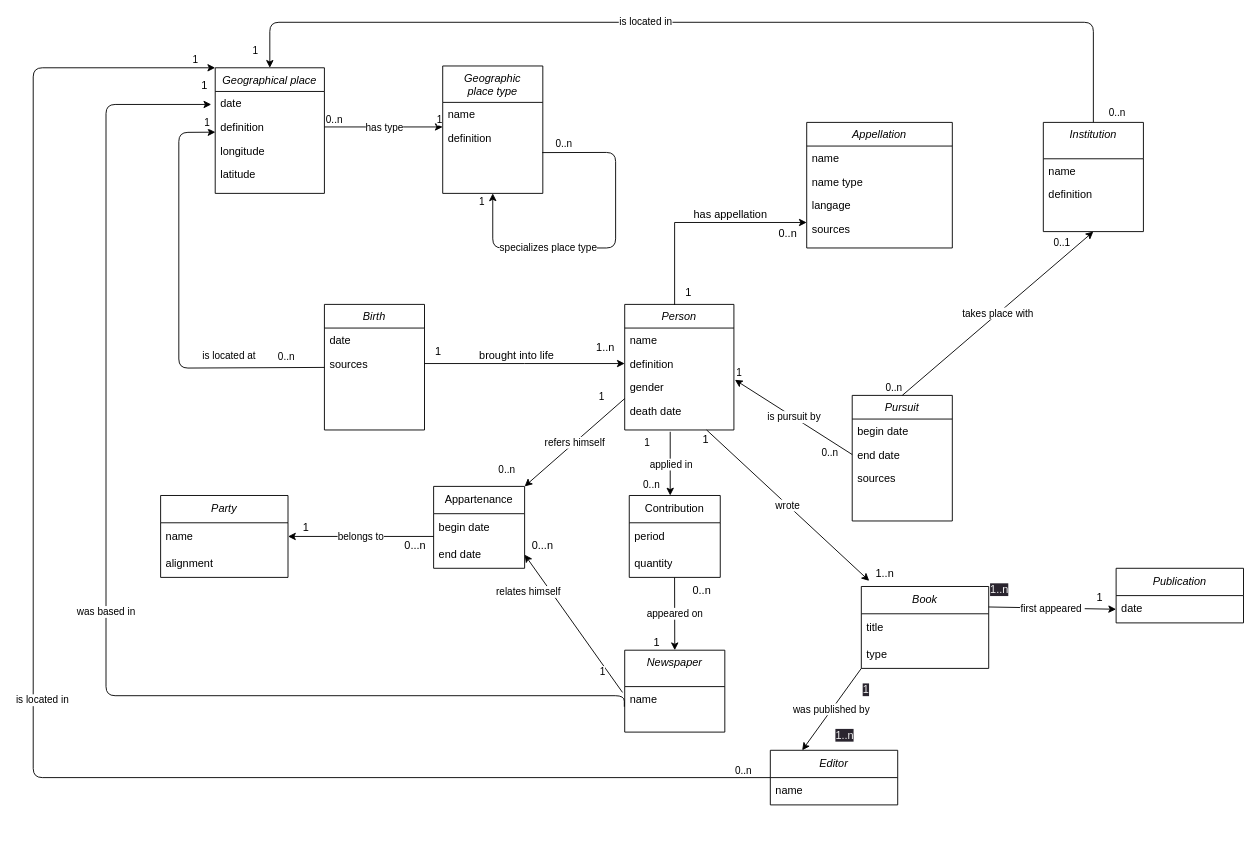
The draw.io diagram MCD_to_database_Siria.drawio in spanzerotto/italian_poets_XX, before the edit. Source tidied: cells renumbered, new cells numbered last; positions are measured from the earlier drawing's top-left corner, leaving out a move shared by most shapes. Both pictures are drawn from the tidied source at 91%, with x=0, y=0 at pixel (33, 22).
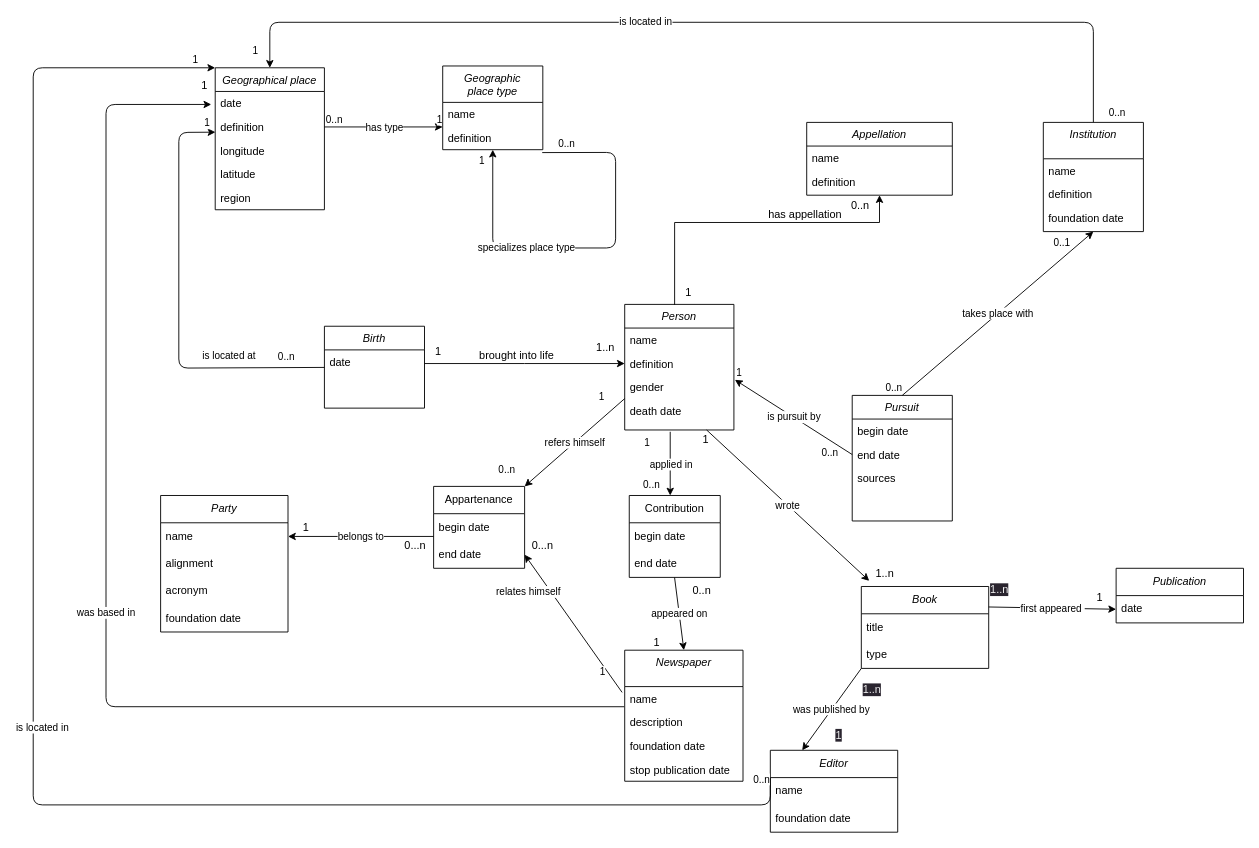
Above is the later version.

Unchanged cells that the change refers to:
```xml
<mxCell id="8" value="definition" style="text;align=left;verticalAlign=top;spacingLeft=4;spacingRight=4;overflow=hidden;points=[[0,0.5],[1,0.5]];portConstraint=eastwest;rounded=0;shadow=0;html=0;" parent="6" vertex="1">
  <mxGeometry y="52" width="120" height="26" as="geometry" />
</mxCell>
<mxCell id="26" value="definition" style="text;align=left;verticalAlign=top;spacingLeft=4;spacingRight=4;overflow=hidden;points=[[0,0.5],[1,0.5]];portConstraint=eastwest;rounded=0;shadow=0;html=0;" parent="24" vertex="1">
  <mxGeometry y="52" width="120" height="26" as="geometry" />
</mxCell>
<mxCell id="63" value="Institution" style="swimlane;fontStyle=2;align=center;verticalAlign=top;horizontal=1;startSize=40;rounded=0;shadow=0;strokeWidth=1;" parent="1" vertex="1">
  <mxGeometry x="1110" y="110" width="110" height="120" as="geometry" />
</mxCell>
<mxCell id="104" value="Contribution" style="swimlane;fontStyle=0;horizontal=1;startSize=30;whiteSpace=wrap;html=1;" parent="1" vertex="1">
  <mxGeometry x="655" y="520" width="100" height="90" as="geometry" />
</mxCell>
```

What changed in the source:
```diff
@@
-    <mxCell id="2" style="endArrow=classic;shadow=0;strokeWidth=1;rounded=0;endFill=1;edgeStyle=elbowEdgeStyle;elbow=vertical;exitX=1;exitY=0.5;exitDx=0;exitDy=0;entryX=0;entryY=0.5;entryDx=0;entryDy=0;" parent="1" edge="1" source="13" target="8">
+    <mxCell id="2" style="endArrow=classic;shadow=0;strokeWidth=1;rounded=0;endFill=1;edgeStyle=elbowEdgeStyle;elbow=vertical;exitX=1;exitY=0.5;exitDx=0;exitDy=0;entryX=0;entryY=0.5;entryDx=0;entryDy=0;" parent="1" edge="1" target="8">
       <mxGeometry x="0.5" y="41" relative="1" as="geometry">
+        <mxPoint x="430" y="375" as="sourcePoint" />
         <Array as="points">
           <mxPoint x="540" y="375" />
         </Array>
         <mxPoint x="-40" y="32" as="offset" />
       </mxGeometry>
     </mxCell>
@@
     <mxCell id="11" value="Birth" style="swimlane;fontStyle=2;align=center;verticalAlign=top;horizontal=1;startSize=26;rounded=0;shadow=0;strokeWidth=1;" parent="1" vertex="1">
-      <mxGeometry x="320" y="310" width="110" height="138" as="geometry" />
+      <mxGeometry x="320" y="334" width="110" height="90" as="geometry" />
     </mxCell>
@@
-    <mxCell id="13" value="sources" style="text;align=left;verticalAlign=top;spacingLeft=4;spacingRight=4;overflow=hidden;points=[[0,0.5],[1,0.5]];portConstraint=eastwest;rounded=0;shadow=0;html=0;" parent="11" vertex="1">
-      <mxGeometry y="52" width="110" height="26" as="geometry" />
-    </mxCell>
-    <mxCell id="14" style="edgeStyle=elbowEdgeStyle;rounded=0;orthogonalLoop=1;jettySize=auto;elbow=vertical;html=1;exitX=0;exitY=0.5;exitDx=0;exitDy=0;" parent="11" edge="1" source="13" target="13">
-      <mxGeometry relative="1" as="geometry" />
+    <mxCell id="14" style="edgeStyle=elbowEdgeStyle;rounded=0;orthogonalLoop=1;jettySize=auto;elbow=vertical;html=1;exitX=0;exitY=0.5;exitDx=0;exitDy=0;" parent="11" edge="1">
+      <mxGeometry relative="1" as="geometry">
+        <mxPoint y="65" as="sourcePoint" />
+        <mxPoint y="65.3" as="targetPoint" />
+      </mxGeometry>
     </mxCell>
     <mxCell id="15" value="Appellation" style="swimlane;fontStyle=2;align=center;verticalAlign=top;horizontal=1;startSize=26;rounded=0;shadow=0;strokeWidth=1;" parent="1" vertex="1">
-      <mxGeometry x="850" y="110" width="160" height="138" as="geometry" />
+      <mxGeometry x="850" y="110" width="160" height="80" as="geometry" />
     </mxCell>
@@
-    <mxCell id="17" value="name type" style="text;align=left;verticalAlign=top;spacingLeft=4;spacingRight=4;overflow=hidden;rounded=0;shadow=0;html=0;" parent="15" vertex="1">
-      <mxGeometry y="52" width="160" height="26" as="geometry" />
-    </mxCell>
-    <mxCell id="18" value="langage" style="text;align=left;verticalAlign=top;spacingLeft=4;spacingRight=4;overflow=hidden;" parent="15" vertex="1">
-      <mxGeometry y="78" width="160" height="26" as="geometry" />
+    <mxCell id="18" value="definition" style="text;align=left;verticalAlign=top;spacingLeft=4;spacingRight=4;overflow=hidden;" parent="15" vertex="1">
+      <mxGeometry y="52" width="160" height="26" as="geometry" />
     </mxCell>
-    <mxCell id="19" value="sources" style="text;align=left;verticalAlign=top;spacingLeft=4;spacingRight=4;overflow=hidden;" parent="15" vertex="1">
-      <mxGeometry y="104" width="160" height="26" as="geometry" />
-    </mxCell>
@@
     <mxCell id="24" value="Geographical place" style="swimlane;fontStyle=2;align=center;verticalAlign=top;horizontal=1;startSize=26;rounded=0;shadow=0;strokeWidth=1;" parent="1" vertex="1">
-      <mxGeometry x="200" y="50" width="120" height="138" as="geometry" />
+      <mxGeometry x="200" y="50" width="120" height="156" as="geometry" />
     </mxCell>
@@
+    <mxCell id="111" value="region" style="text;align=left;verticalAlign=top;spacingLeft=4;spacingRight=4;overflow=hidden;rounded=0;shadow=0;html=0;" parent="24" vertex="1">
+      <mxGeometry y="130" width="120" height="26" as="geometry" />
+    </mxCell>
@@
     <mxCell id="37" value="Newspaper" style="swimlane;fontStyle=2;align=center;verticalAlign=top;horizontal=1;startSize=40;rounded=0;shadow=0;strokeWidth=1;" parent="1" vertex="1">
-      <mxGeometry x="650" y="690" width="110" height="90" as="geometry" />
+      <mxGeometry x="650" y="690" width="130" height="144" as="geometry" />
     </mxCell>
     <mxCell id="38" value="name" style="text;align=left;verticalAlign=top;spacingLeft=4;spacingRight=4;overflow=hidden;points=[[0,0.5],[1,0.5]];portConstraint=eastwest;" parent="37" vertex="1">
-      <mxGeometry y="40" width="110" height="26" as="geometry" />
+      <mxGeometry y="40" width="130" height="26" as="geometry" />
     </mxCell>
+    <mxCell id="112" value="description" style="text;align=left;verticalAlign=top;spacingLeft=4;spacingRight=4;overflow=hidden;" parent="37" vertex="1">
+      <mxGeometry y="66" width="130" height="26" as="geometry" />
+    </mxCell>
+    <mxCell id="113" value="foundation date" style="text;align=left;verticalAlign=top;spacingLeft=4;spacingRight=4;overflow=hidden;" parent="37" vertex="1">
+      <mxGeometry y="92" width="130" height="26" as="geometry" />
+    </mxCell>
+    <mxCell id="114" value="stop publication date" style="text;align=left;verticalAlign=top;spacingLeft=4;spacingRight=4;overflow=hidden;" parent="37" vertex="1">
+      <mxGeometry y="118" width="130" height="26" as="geometry" />
+    </mxCell>
@@
     <mxCell id="52" value="Geographic&#10;place type" style="swimlane;fontStyle=2;align=center;verticalAlign=top;horizontal=1;startSize=40;rounded=0;shadow=0;strokeWidth=1;" parent="1" vertex="1">
-      <mxGeometry x="450" y="48" width="110" height="140" as="geometry" />
+      <mxGeometry x="450" y="48" width="110" height="92" as="geometry" />
     </mxCell>
@@
+    <mxCell id="115" value="foundation date" style="text;align=left;verticalAlign=top;spacingLeft=4;spacingRight=4;overflow=hidden;rounded=0;shadow=0;html=0;" parent="63" vertex="1">
+      <mxGeometry y="92" width="110" height="26" as="geometry" />
+    </mxCell>
@@
     <mxCell id="69" value="&lt;i&gt;Party&lt;/i&gt;" style="swimlane;fontStyle=0;horizontal=1;startSize=30;whiteSpace=wrap;html=1;" parent="1" vertex="1">
-      <mxGeometry x="140" y="520" width="140" height="90" as="geometry" />
+      <mxGeometry x="140" y="520" width="140" height="150" as="geometry" />
     </mxCell>
@@
+    <mxCell id="116" value="acronym" style="text;strokeColor=none;fillColor=none;align=left;verticalAlign=middle;spacingLeft=4;spacingRight=4;overflow=hidden;whiteSpace=wrap;html=1;" parent="69" vertex="1">
+      <mxGeometry y="90" width="140" height="30" as="geometry" />
+    </mxCell>
+    <mxCell id="117" value="foundation date" style="text;strokeColor=none;fillColor=none;align=left;verticalAlign=middle;spacingLeft=4;spacingRight=4;overflow=hidden;whiteSpace=wrap;html=1;" parent="69" vertex="1">
+      <mxGeometry y="120" width="140" height="30" as="geometry" />
+    </mxCell>
@@
     <mxCell id="77" value="was based in" style="endArrow=classic;html=1;edgeStyle=orthogonalEdgeStyle;exitX=-0.004;exitY=0.851;exitDx=0;exitDy=0;exitPerimeter=0;entryX=-0.036;entryY=-0.451;entryDx=0;entryDy=0;entryPerimeter=0;" parent="1" edge="1" source="38" target="26">
       <mxGeometry relative="1" as="geometry">
         <Array as="points">
-          <mxPoint x="650" y="740" />
-          <mxPoint x="80" y="740" />
+          <mxPoint x="80" y="752" />
           <mxPoint x="80" y="90" />
         </Array>
       </mxGeometry>
     </mxCell>
@@
     <mxCell id="86" value="&lt;i&gt;Editor&lt;/i&gt;" style="swimlane;fontStyle=0;horizontal=1;startSize=30;whiteSpace=wrap;html=1;" parent="1" vertex="1">
-      <mxGeometry x="810" y="800" width="140" height="60" as="geometry" />
+      <mxGeometry x="810" y="800" width="140" height="90" as="geometry" />
     </mxCell>
@@
+    <mxCell id="118" value="foundation date" style="text;strokeColor=none;fillColor=none;align=left;verticalAlign=middle;spacingLeft=4;spacingRight=4;overflow=hidden;whiteSpace=wrap;html=1;" parent="86" vertex="1">
+      <mxGeometry y="60" width="140" height="30" as="geometry" />
+    </mxCell>
@@
-    <mxCell id="89" value="&lt;span style=&quot;color: rgb(240, 240, 240); font-family: Helvetica; font-size: 12px; font-style: normal; font-variant-ligatures: normal; font-variant-caps: normal; font-weight: 400; letter-spacing: normal; orphans: 2; text-align: right; text-indent: 0px; text-transform: none; widows: 2; word-spacing: 0px; -webkit-text-stroke-width: 0px; background-color: rgb(42, 37, 47); text-decoration-thickness: initial; text-decoration-style: initial; text-decoration-color: initial; float: none; display: inline !important;&quot;&gt;1&lt;/span&gt;" style="text;whiteSpace=wrap;html=1;" parent="1" vertex="1">
+    <mxCell id="89" value="&lt;span style=&quot;color: rgb(240, 240, 240); font-family: Helvetica; font-size: 12px; font-style: normal; font-variant-ligatures: normal; font-variant-caps: normal; font-weight: 400; letter-spacing: normal; orphans: 2; text-align: right; text-indent: 0px; text-transform: none; widows: 2; word-spacing: 0px; -webkit-text-stroke-width: 0px; background-color: rgb(42, 37, 47); text-decoration-thickness: initial; text-decoration-style: initial; text-decoration-color: initial; float: none; display: inline !important;&quot;&gt;1..n&lt;/span&gt;" style="text;whiteSpace=wrap;html=1;" parent="1" vertex="1">
       <mxGeometry x="910" y="720" width="30" height="20" as="geometry" />
     </mxCell>
-    <mxCell id="90" value="&lt;span style=&quot;color: rgb(240, 240, 240); font-family: Helvetica; font-size: 12px; font-style: normal; font-variant-ligatures: normal; font-variant-caps: normal; font-weight: 400; letter-spacing: normal; orphans: 2; text-align: right; text-indent: 0px; text-transform: none; widows: 2; word-spacing: 0px; -webkit-text-stroke-width: 0px; background-color: rgb(42, 37, 47); text-decoration-thickness: initial; text-decoration-style: initial; text-decoration-color: initial; float: none; display: inline !important;&quot;&gt;1..n&lt;/span&gt;" style="text;whiteSpace=wrap;html=1;" parent="1" vertex="1">
+    <mxCell id="90" value="&lt;span style=&quot;color: rgb(240, 240, 240); font-family: Helvetica; font-size: 12px; font-style: normal; font-variant-ligatures: normal; font-variant-caps: normal; font-weight: 400; letter-spacing: normal; orphans: 2; text-align: right; text-indent: 0px; text-transform: none; widows: 2; word-spacing: 0px; -webkit-text-stroke-width: 0px; background-color: rgb(42, 37, 47); text-decoration-thickness: initial; text-decoration-style: initial; text-decoration-color: initial; float: none; display: inline !important;&quot;&gt;1&lt;/span&gt;" style="text;whiteSpace=wrap;html=1;" parent="1" vertex="1">
       <mxGeometry x="880" y="770" width="30" height="30" as="geometry" />
     </mxCell>
@@
     <mxCell id="96" value="is located in" style="endArrow=classic;html=1;edgeStyle=orthogonalEdgeStyle;entryX=0;entryY=0;entryDx=0;entryDy=0;startArrow=none;" parent="1" edge="1" target="24">
       <mxGeometry y="-10" relative="1" as="geometry">
         <mxPoint x="810" y="830" as="sourcePoint" />
         <Array as="points">
-          <mxPoint x="810" y="830" />
-          <mxPoint y="830" />
+          <mxPoint x="810" y="860" />
+          <mxPoint y="860" />
           <mxPoint y="50" />
         </Array>
       </mxGeometry>
     </mxCell>
     <mxCell id="97" value="0..n" style="edgeLabel;html=1;align=right;verticalAlign=bottom;" parent="1" vertex="1">
-      <mxGeometry x="790" y="830" as="geometry" />
+      <mxGeometry x="790" y="830" as="geometry">
+        <mxPoint x="20" y="10" as="offset" />
+      </mxGeometry>
     </mxCell>
@@
-    <mxCell id="105" value="period" style="text;strokeColor=none;fillColor=none;align=left;verticalAlign=middle;spacingLeft=4;spacingRight=4;overflow=hidden;whiteSpace=wrap;html=1;" parent="104" vertex="1">
+    <mxCell id="105" value="begin date" style="text;strokeColor=none;fillColor=none;align=left;verticalAlign=middle;spacingLeft=4;spacingRight=4;overflow=hidden;whiteSpace=wrap;html=1;" parent="104" vertex="1">
       <mxGeometry y="30" width="100" height="30" as="geometry" />
     </mxCell>
-    <mxCell id="106" value="quantity" style="text;strokeColor=none;fillColor=none;align=left;verticalAlign=middle;spacingLeft=4;spacingRight=4;overflow=hidden;points=[[0,0.5],[1,0.5]];portConstraint=eastwest;whiteSpace=wrap;html=1;" parent="104" vertex="1">
+    <mxCell id="106" value="end date" style="text;strokeColor=none;fillColor=none;align=left;verticalAlign=middle;spacingLeft=4;spacingRight=4;overflow=hidden;points=[[0,0.5],[1,0.5]];portConstraint=eastwest;whiteSpace=wrap;html=1;" parent="104" vertex="1">
       <mxGeometry y="60" width="100" height="30" as="geometry" />
     </mxCell>
```
